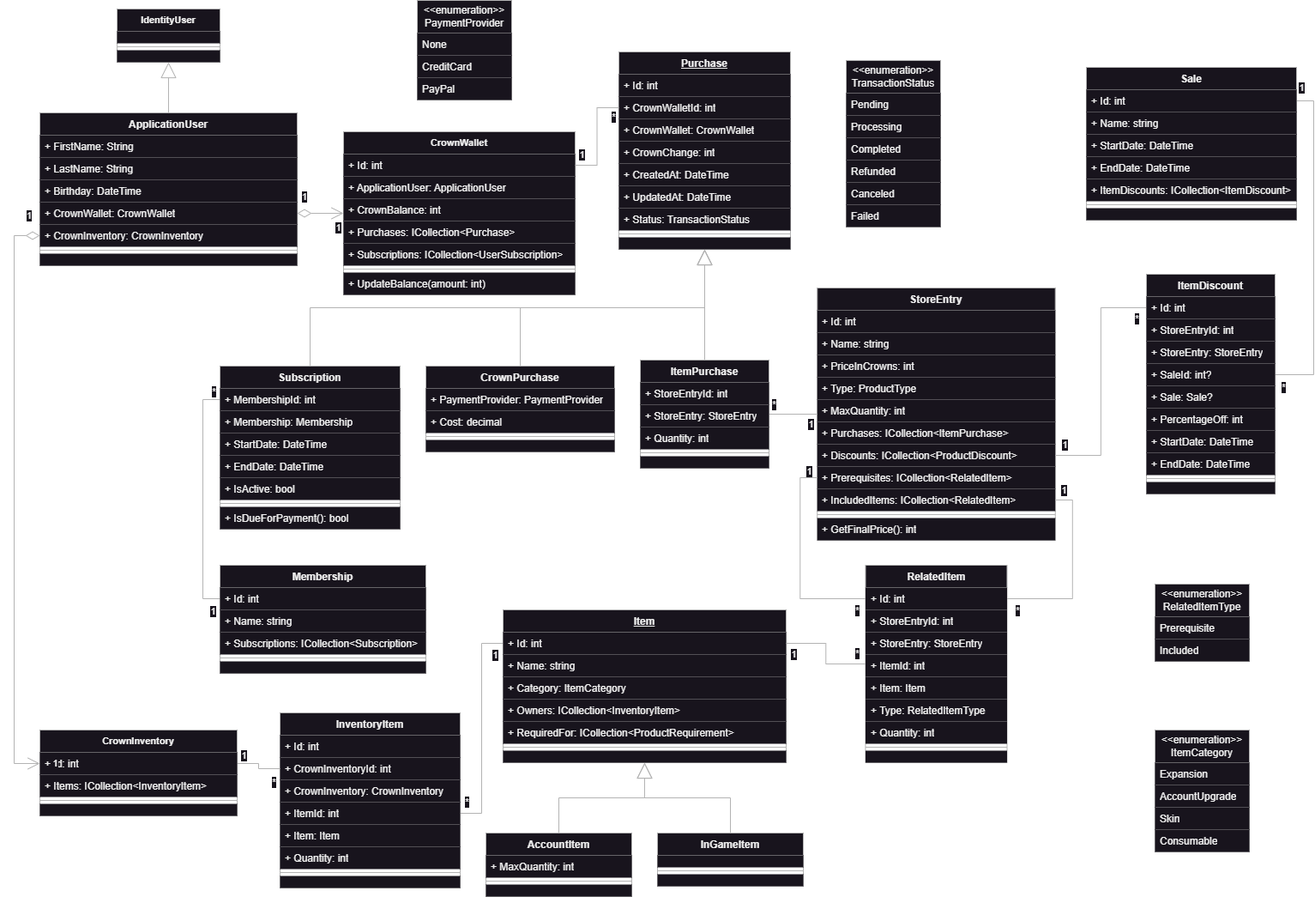
Earlier version of the draw.io export ClassDiagram.png (rpeixe/AspNetCore-MvcStore). Source tidied: cells renumbered, new cells last; positions are measured from the earlier drawing's top-left corner, leaving out a move shared by most shapes.
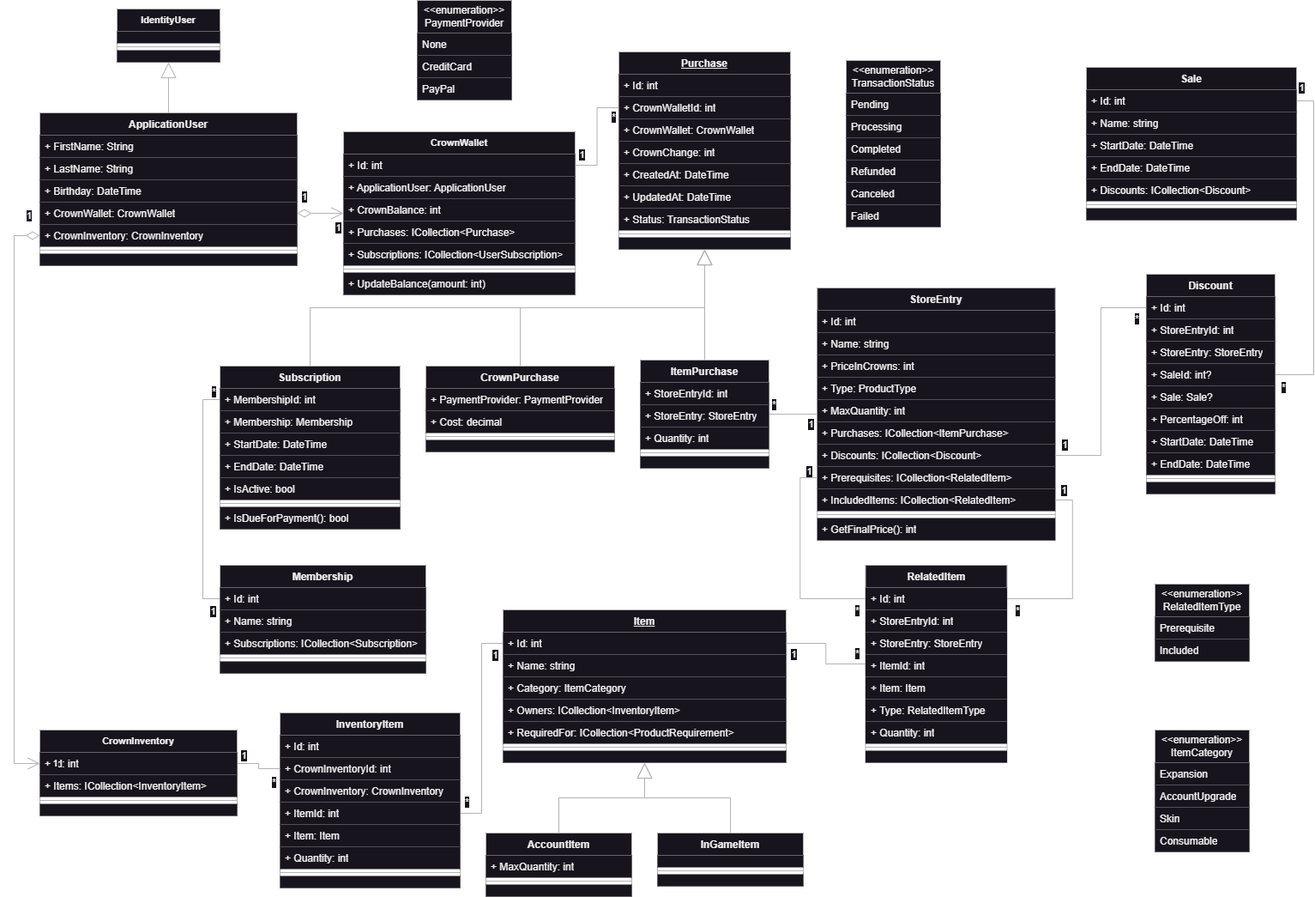
The same diagram one commit later.

Commit message:
Fixed naming mistake

Change to the diagram source:
```diff
@@ -65,7 +65,7 @@
     <mxCell id="22" value="+ Purchases: ICollection&amp;lt;ItemPurchase&amp;gt;" style="text;strokeColor=none;fillColor=default;align=left;verticalAlign=top;spacingLeft=4;spacingRight=4;overflow=hidden;whiteSpace=wrap;html=1;" parent="16" vertex="1">
       <mxGeometry y="156" width="277.5" height="26" as="geometry" />
     </mxCell>
-    <mxCell id="23" value="+ Discounts: ICollection&amp;lt;ProductDiscount&amp;gt;" style="text;strokeColor=none;fillColor=default;align=left;verticalAlign=top;spacingLeft=4;spacingRight=4;overflow=hidden;points=[[0,0.5],[1,0.5]];portConstraint=eastwest;whiteSpace=wrap;html=1;" parent="16" vertex="1">
+    <mxCell id="23" value="+ Discounts: ICollection&amp;lt;Discount&amp;gt;" style="text;strokeColor=none;fillColor=default;align=left;verticalAlign=top;spacingLeft=4;spacingRight=4;overflow=hidden;points=[[0,0.5],[1,0.5]];portConstraint=eastwest;whiteSpace=wrap;html=1;" parent="16" vertex="1">
       <mxGeometry y="182" width="277.5" height="26" as="geometry" />
     </mxCell>
     <mxCell id="24" value="+ Prerequisites: ICollection&amp;lt;RelatedItem&amp;gt;" style="text;strokeColor=none;fillColor=default;align=left;verticalAlign=top;spacingLeft=4;spacingRight=4;overflow=hidden;points=[[0,0.5],[1,0.5]];portConstraint=eastwest;whiteSpace=wrap;html=1;" parent="16" vertex="1">
@@ -139,7 +139,7 @@
     <mxCell id="44" value="+ EndDate: DateTime" style="text;strokeColor=none;fillColor=default;align=left;verticalAlign=top;spacingLeft=4;spacingRight=4;overflow=hidden;whiteSpace=wrap;html=1;" parent="40" vertex="1">
       <mxGeometry y="104" width="245" height="26" as="geometry" />
     </mxCell>
-    <mxCell id="45" value="+ ItemDiscounts: ICollection&amp;lt;ItemDiscount&amp;gt;" style="text;strokeColor=none;fillColor=default;align=left;verticalAlign=top;spacingLeft=4;spacingRight=4;overflow=hidden;whiteSpace=wrap;html=1;" parent="40" vertex="1">
+    <mxCell id="45" value="+ Discounts: ICollection&amp;lt;Discount&amp;gt;" style="text;strokeColor=none;fillColor=default;align=left;verticalAlign=top;spacingLeft=4;spacingRight=4;overflow=hidden;whiteSpace=wrap;html=1;" parent="40" vertex="1">
       <mxGeometry y="130" width="245" height="26" as="geometry" />
     </mxCell>
     <mxCell id="46" style="line;strokeWidth=1;fillColor=default;align=left;verticalAlign=middle;spacingTop=-1;spacingLeft=3;spacingRight=3;labelPosition=right;strokeColor=inherit;" parent="40" vertex="1">
@@ -161,7 +161,7 @@
         <mxPoint y="14" as="offset" />
       </mxGeometry>
     </mxCell>
-    <mxCell id="51" value="ItemDiscount" style="swimlane;fontStyle=1;align=center;verticalAlign=top;horizontal=1;startSize=26;whiteSpace=wrap;html=1;fillColor=default;strokeColor=#B3B3B3;" parent="1" vertex="1">
+    <mxCell id="51" value="Discount" style="swimlane;fontStyle=1;align=center;verticalAlign=top;horizontal=1;startSize=26;whiteSpace=wrap;html=1;fillColor=default;strokeColor=#B3B3B3;" parent="1" vertex="1">
       <mxGeometry x="1320" y="319" width="150" height="256" as="geometry" />
     </mxCell>
     <mxCell id="52" value="+ Id: int" style="text;strokeColor=none;fillColor=default;align=left;verticalAlign=top;spacingLeft=4;spacingRight=4;overflow=hidden;points=[[0,0.5],[1,0.5]];portConstraint=eastwest;whiteSpace=wrap;html=1;" parent="51" vertex="1">
```
